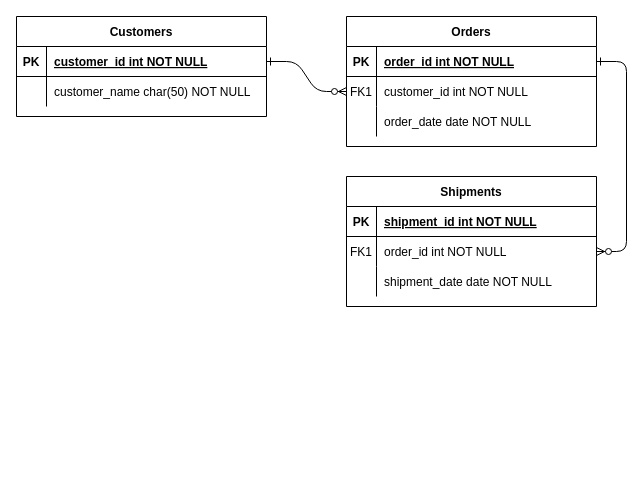
This is 权限.drawio from wangjunling/draw, a draw.io file, before an edit. Source tidied: cells renumbered, new cells numbered last; positions are measured from the earlier drawing's top-left corner, leaving out a move shared by most shapes. Both pictures are drawn from the tidied source at 100%, with x=0, y=0 at pixel (16, 16).
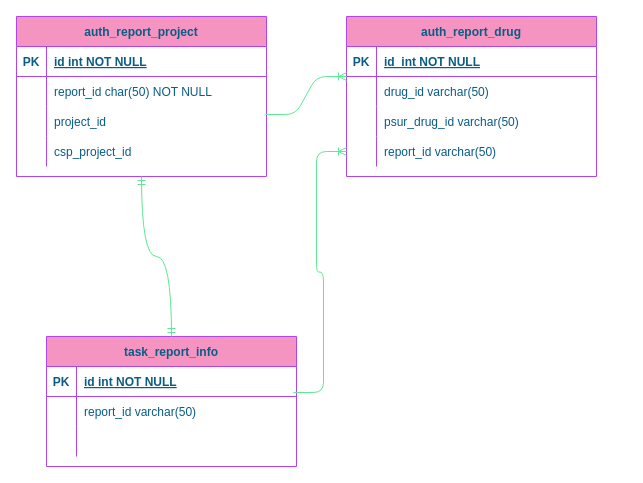
After the change.

The edit, as a diff of the source:
```diff
@@
-    <mxCell id="2" style="edgeStyle=entityRelationEdgeStyle;endArrow=ERzeroToMany;startArrow=ERone;endFill=1;startFill=0;" parent="1" edge="1" source="25" target="8">
-      <mxGeometry relative="1" as="geometry" />
-    </mxCell>
-    <mxCell id="3" style="edgeStyle=entityRelationEdgeStyle;endArrow=ERzeroToMany;startArrow=ERone;endFill=1;startFill=0;" parent="1" edge="1" source="5" target="18">
-      <mxGeometry relative="1" as="geometry" />
-    </mxCell>
-    <mxCell id="4" value="Orders" style="shape=table;startSize=30;childLayout=tableLayout;rowLines=0;fontStyle=1;align=center;" parent="1" vertex="1">
-      <mxGeometry x="330" width="250" height="130" as="geometry" />
+    <mxCell id="4" value="auth_report_drug" style="shape=table;startSize=30;childLayout=tableLayout;rowLines=0;fontStyle=1;align=center;fillColor=#F694C1;strokeColor=#AF45ED;fontColor=#095C86;" parent="1" vertex="1">
+      <mxGeometry x="330" width="250" height="160" as="geometry" />
     </mxCell>
-    <mxCell id="5" style="shape=partialRectangle;fillColor=none;points=[[0,0.5],[1,0.5]];portConstraint=eastwest;top=0;left=0;right=0;bottom=1;" parent="4" vertex="1">
+    <mxCell id="5" style="shape=partialRectangle;fillColor=none;points=[[0,0.5],[1,0.5]];portConstraint=eastwest;top=0;left=0;right=0;bottom=1;strokeColor=#AF45ED;fontColor=#095C86;" parent="4" vertex="1">
       <mxGeometry y="30" width="250" height="30" as="geometry" />
     </mxCell>
-    <mxCell id="6" value="PK" style="shape=partialRectangle;overflow=hidden;fillColor=none;top=0;left=0;bottom=0;right=0;fontStyle=1;" parent="5" vertex="1">
+    <mxCell id="6" value="PK" style="shape=partialRectangle;overflow=hidden;fillColor=none;top=0;left=0;bottom=0;right=0;fontStyle=1;strokeColor=#AF45ED;fontColor=#095C86;" parent="5" vertex="1">
       <mxGeometry width="30" height="30" as="geometry" />
     </mxCell>
-    <mxCell id="7" value="order_id int NOT NULL " style="shape=partialRectangle;overflow=hidden;fillColor=none;top=0;left=0;bottom=0;right=0;align=left;spacingLeft=6;fontStyle=5;" parent="5" vertex="1">
+    <mxCell id="7" value="id  int NOT NULL " style="shape=partialRectangle;overflow=hidden;fillColor=none;top=0;left=0;bottom=0;right=0;align=left;spacingLeft=6;fontStyle=5;strokeColor=#AF45ED;fontColor=#095C86;" parent="5" vertex="1">
       <mxGeometry x="30" width="220" height="30" as="geometry" />
     </mxCell>
-    <mxCell id="8" style="shape=partialRectangle;fillColor=none;points=[[0,0.5],[1,0.5]];portConstraint=eastwest;top=0;left=0;right=0;bottom=0;" parent="4" vertex="1">
+    <mxCell id="8" style="shape=partialRectangle;fillColor=none;points=[[0,0.5],[1,0.5]];portConstraint=eastwest;top=0;left=0;right=0;bottom=0;strokeColor=#AF45ED;fontColor=#095C86;" parent="4" vertex="1">
       <mxGeometry y="60" width="250" height="30" as="geometry" />
     </mxCell>
-    <mxCell id="9" value="FK1" style="shape=partialRectangle;overflow=hidden;fillColor=none;top=0;left=0;bottom=0;right=0;" parent="8" vertex="1">
+    <mxCell id="9" style="shape=partialRectangle;overflow=hidden;fillColor=none;top=0;left=0;bottom=0;right=0;strokeColor=#AF45ED;fontColor=#095C86;" parent="8" vertex="1">
       <mxGeometry width="30" height="30" as="geometry" />
     </mxCell>
-    <mxCell id="10" value="customer_id int NOT NULL" style="shape=partialRectangle;overflow=hidden;fillColor=none;top=0;left=0;bottom=0;right=0;align=left;spacingLeft=6;" parent="8" vertex="1">
+    <mxCell id="10" value="drug_id varchar(50)" style="shape=partialRectangle;overflow=hidden;fillColor=none;top=0;left=0;bottom=0;right=0;align=left;spacingLeft=6;strokeColor=#AF45ED;fontColor=#095C86;" parent="8" vertex="1">
       <mxGeometry x="30" width="220" height="30" as="geometry" />
     </mxCell>
-    <mxCell id="11" style="shape=partialRectangle;fillColor=none;top=0;left=0;right=0;bottom=0;" parent="4" vertex="1">
+    <mxCell id="11" style="shape=partialRectangle;fillColor=none;top=0;left=0;right=0;bottom=0;strokeColor=#AF45ED;fontColor=#095C86;" parent="4" vertex="1">
       <mxGeometry y="90" width="250" height="30" as="geometry" />
     </mxCell>
-    <mxCell id="12" style="shape=partialRectangle;overflow=hidden;fillColor=none;top=0;left=0;bottom=0;right=0;" parent="11" vertex="1">
+    <mxCell id="12" style="shape=partialRectangle;overflow=hidden;fillColor=none;top=0;left=0;bottom=0;right=0;strokeColor=#AF45ED;fontColor=#095C86;" parent="11" vertex="1">
       <mxGeometry width="30" height="30" as="geometry" />
     </mxCell>
-    <mxCell id="13" value="order_date date NOT NULL" style="shape=partialRectangle;overflow=hidden;fillColor=none;top=0;left=0;bottom=0;right=0;align=left;spacingLeft=6;" parent="11" vertex="1">
+    <mxCell id="13" value="psur_drug_id varchar(50) " style="shape=partialRectangle;overflow=hidden;fillColor=none;top=0;left=0;bottom=0;right=0;align=left;spacingLeft=6;strokeColor=#AF45ED;fontColor=#095C86;" parent="11" vertex="1">
       <mxGeometry x="30" width="220" height="30" as="geometry" />
     </mxCell>
+    <mxCell id="31" style="shape=tableRow;horizontal=0;startSize=0;swimlaneHead=0;swimlaneBody=0;fillColor=none;points=[[0,0.5],[1,0.5]];portConstraint=eastwest;top=0;left=0;right=0;bottom=0;rounded=0;sketch=0;fontColor=#095C86;strokeColor=#AF45ED;" parent="4" vertex="1">
+      <mxGeometry y="120" width="250" height="30" as="geometry" />
+    </mxCell>
+    <mxCell id="32" style="shape=partialRectangle;fillColor=none;top=0;left=0;bottom=0;right=0;overflow=hidden;rounded=0;sketch=0;fontColor=#095C86;strokeColor=#AF45ED;" parent="31" vertex="1">
+      <mxGeometry width="30" height="30" as="geometry" />
+    </mxCell>
+    <mxCell id="33" value="report_id varchar(50)" style="shape=partialRectangle;fillColor=none;top=0;left=0;bottom=0;right=0;align=left;spacingLeft=6;overflow=hidden;rounded=0;sketch=0;fontColor=#095C86;strokeColor=#AF45ED;" parent="31" vertex="1">
+      <mxGeometry x="30" width="220" height="30" as="geometry" />
+    </mxCell>
-    <mxCell id="14" value="Shipments" style="shape=table;startSize=30;childLayout=tableLayout;rowLines=0;fontStyle=1;align=center;" parent="1" vertex="1">
-      <mxGeometry x="330" y="160" width="250" height="130" as="geometry" />
+    <mxCell id="14" value="task_report_info" style="shape=table;startSize=30;childLayout=tableLayout;rowLines=0;fontStyle=1;align=center;fillColor=#F694C1;strokeColor=#AF45ED;fontColor=#095C86;" parent="1" vertex="1">
+      <mxGeometry x="30" y="320" width="250" height="130" as="geometry" />
     </mxCell>
-    <mxCell id="15" style="shape=partialRectangle;fillColor=none;top=0;left=0;right=0;bottom=1;" parent="14" vertex="1">
+    <mxCell id="15" style="shape=partialRectangle;fillColor=none;top=0;left=0;right=0;bottom=1;strokeColor=#AF45ED;fontColor=#095C86;" parent="14" vertex="1">
       <mxGeometry y="30" width="250" height="30" as="geometry" />
     </mxCell>
-    <mxCell id="16" value="PK" style="shape=partialRectangle;overflow=hidden;fillColor=none;top=0;left=0;bottom=0;right=0;fontStyle=1;" parent="15" vertex="1">
+    <mxCell id="16" value="PK" style="shape=partialRectangle;overflow=hidden;fillColor=none;top=0;left=0;bottom=0;right=0;fontStyle=1;strokeColor=#AF45ED;fontColor=#095C86;" parent="15" vertex="1">
       <mxGeometry width="30" height="30" as="geometry" />
     </mxCell>
-    <mxCell id="17" value="shipment_id int NOT NULL " style="shape=partialRectangle;overflow=hidden;fillColor=none;top=0;left=0;bottom=0;right=0;align=left;spacingLeft=6;fontStyle=5;" parent="15" vertex="1">
+    <mxCell id="17" value="id int NOT NULL " style="shape=partialRectangle;overflow=hidden;fillColor=none;top=0;left=0;bottom=0;right=0;align=left;spacingLeft=6;fontStyle=5;strokeColor=#AF45ED;fontColor=#095C86;" parent="15" vertex="1">
       <mxGeometry x="30" width="220" height="30" as="geometry" />
     </mxCell>
-    <mxCell id="18" style="shape=partialRectangle;fillColor=none;points=[[0,0.5],[1,0.5]];portConstraint=eastwest;top=0;left=0;right=0;bottom=0;" parent="14" vertex="1">
+    <mxCell id="18" style="shape=partialRectangle;fillColor=none;points=[[0,0.5],[1,0.5]];portConstraint=eastwest;top=0;left=0;right=0;bottom=0;strokeColor=#AF45ED;fontColor=#095C86;" parent="14" vertex="1">
       <mxGeometry y="60" width="250" height="30" as="geometry" />
     </mxCell>
-    <mxCell id="19" value="FK1" style="shape=partialRectangle;overflow=hidden;fillColor=none;top=0;left=0;bottom=0;right=0;" parent="18" vertex="1">
+    <mxCell id="19" style="shape=partialRectangle;overflow=hidden;fillColor=none;top=0;left=0;bottom=0;right=0;strokeColor=#AF45ED;fontColor=#095C86;" parent="18" vertex="1">
       <mxGeometry width="30" height="30" as="geometry" />
     </mxCell>
-    <mxCell id="20" value="order_id int NOT NULL" style="shape=partialRectangle;overflow=hidden;fillColor=none;top=0;left=0;bottom=0;right=0;align=left;spacingLeft=6;" parent="18" vertex="1">
+    <mxCell id="20" value="report_id varchar(50)" style="shape=partialRectangle;overflow=hidden;fillColor=none;top=0;left=0;bottom=0;right=0;align=left;spacingLeft=6;strokeColor=#AF45ED;fontColor=#095C86;" parent="18" vertex="1">
       <mxGeometry x="30" width="220" height="30" as="geometry" />
     </mxCell>
-    <mxCell id="21" style="shape=partialRectangle;fillColor=none;top=0;left=0;right=0;bottom=0;" parent="14" vertex="1">
+    <mxCell id="21" style="shape=partialRectangle;fillColor=none;top=0;left=0;right=0;bottom=0;strokeColor=#AF45ED;fontColor=#095C86;" parent="14" vertex="1">
       <mxGeometry y="90" width="250" height="30" as="geometry" />
     </mxCell>
-    <mxCell id="22" style="shape=partialRectangle;overflow=hidden;fillColor=none;top=0;left=0;bottom=0;right=0;" parent="21" vertex="1">
+    <mxCell id="22" style="shape=partialRectangle;overflow=hidden;fillColor=none;top=0;left=0;bottom=0;right=0;strokeColor=#AF45ED;fontColor=#095C86;" parent="21" vertex="1">
       <mxGeometry width="30" height="30" as="geometry" />
     </mxCell>
-    <mxCell id="23" value="shipment_date date NOT NULL" style="shape=partialRectangle;overflow=hidden;fillColor=none;top=0;left=0;bottom=0;right=0;align=left;spacingLeft=6;" parent="21" vertex="1">
+    <mxCell id="23" style="shape=partialRectangle;overflow=hidden;fillColor=none;top=0;left=0;bottom=0;right=0;align=left;spacingLeft=6;strokeColor=#AF45ED;fontColor=#095C86;" parent="21" vertex="1">
       <mxGeometry x="30" width="220" height="30" as="geometry" />
     </mxCell>
-    <mxCell id="24" value="Customers" style="shape=table;startSize=30;childLayout=tableLayout;rowLines=0;fontStyle=1;align=center;" parent="1" vertex="1">
-      <mxGeometry width="250" height="100" as="geometry" />
+    <mxCell id="24" value="auth_report_project" style="shape=table;startSize=30;childLayout=tableLayout;rowLines=0;fontStyle=1;align=center;fillColor=#F694C1;strokeColor=#AF45ED;fontColor=#095C86;" parent="1" vertex="1">
+      <mxGeometry width="250" height="160" as="geometry" />
     </mxCell>
-    <mxCell id="25" style="shape=partialRectangle;fillColor=none;points=[[0,0.5],[1,0.5]];portConstraint=eastwest;top=0;left=0;right=0;bottom=1;" parent="24" vertex="1">
+    <mxCell id="25" style="shape=partialRectangle;fillColor=none;points=[[0,0.5],[1,0.5]];portConstraint=eastwest;top=0;left=0;right=0;bottom=1;strokeColor=#AF45ED;fontColor=#095C86;" parent="24" vertex="1">
       <mxGeometry y="30" width="250" height="30" as="geometry" />
     </mxCell>
-    <mxCell id="26" value="PK" style="shape=partialRectangle;overflow=hidden;fillColor=none;top=0;left=0;bottom=0;right=0;fontStyle=1;" parent="25" vertex="1">
+    <mxCell id="26" value="PK" style="shape=partialRectangle;overflow=hidden;fillColor=none;top=0;left=0;bottom=0;right=0;fontStyle=1;strokeColor=#AF45ED;fontColor=#095C86;" parent="25" vertex="1">
       <mxGeometry width="30" height="30" as="geometry" />
     </mxCell>
-    <mxCell id="27" value="customer_id int NOT NULL " style="shape=partialRectangle;overflow=hidden;fillColor=none;top=0;left=0;bottom=0;right=0;align=left;spacingLeft=6;fontStyle=5;" parent="25" vertex="1">
+    <mxCell id="27" value="id int NOT NULL " style="shape=partialRectangle;overflow=hidden;fillColor=none;top=0;left=0;bottom=0;right=0;align=left;spacingLeft=6;fontStyle=5;strokeColor=#AF45ED;fontColor=#095C86;" parent="25" vertex="1">
       <mxGeometry x="30" width="220" height="30" as="geometry" />
     </mxCell>
-    <mxCell id="28" style="shape=partialRectangle;fillColor=none;top=0;left=0;right=0;bottom=0;" parent="24" vertex="1">
+    <mxCell id="28" style="shape=partialRectangle;fillColor=none;top=0;left=0;right=0;bottom=0;strokeColor=#AF45ED;fontColor=#095C86;" parent="24" vertex="1">
       <mxGeometry y="60" width="250" height="30" as="geometry" />
     </mxCell>
-    <mxCell id="29" style="shape=partialRectangle;overflow=hidden;fillColor=none;top=0;left=0;bottom=0;right=0;" parent="28" vertex="1">
+    <mxCell id="29" style="shape=partialRectangle;overflow=hidden;fillColor=none;top=0;left=0;bottom=0;right=0;strokeColor=#AF45ED;fontColor=#095C86;" parent="28" vertex="1">
       <mxGeometry width="30" height="30" as="geometry" />
     </mxCell>
-    <mxCell id="30" value="customer_name char(50) NOT NULL" style="shape=partialRectangle;overflow=hidden;fillColor=none;top=0;left=0;bottom=0;right=0;align=left;spacingLeft=6;" parent="28" vertex="1">
+    <mxCell id="30" value="report_id char(50) NOT NULL" style="shape=partialRectangle;overflow=hidden;fillColor=none;top=0;left=0;bottom=0;right=0;align=left;spacingLeft=6;strokeColor=#AF45ED;fontColor=#095C86;" parent="28" vertex="1">
       <mxGeometry x="30" width="220" height="30" as="geometry" />
     </mxCell>
+    <mxCell id="34" style="shape=tableRow;horizontal=0;startSize=0;swimlaneHead=0;swimlaneBody=0;fillColor=none;points=[[0,0.5],[1,0.5]];portConstraint=eastwest;top=0;left=0;right=0;bottom=0;rounded=0;sketch=0;fontColor=#095C86;strokeColor=#AF45ED;" parent="24" vertex="1">
+      <mxGeometry y="90" width="250" height="30" as="geometry" />
+    </mxCell>
+    <mxCell id="35" style="shape=partialRectangle;fillColor=none;top=0;left=0;bottom=0;right=0;overflow=hidden;rounded=0;sketch=0;fontColor=#095C86;strokeColor=#AF45ED;" parent="34" vertex="1">
+      <mxGeometry width="30" height="30" as="geometry" />
+    </mxCell>
+    <mxCell id="36" value="project_id" style="shape=partialRectangle;fillColor=none;top=0;left=0;bottom=0;right=0;align=left;spacingLeft=6;overflow=hidden;rounded=0;sketch=0;fontColor=#095C86;strokeColor=#AF45ED;" parent="34" vertex="1">
+      <mxGeometry x="30" width="220" height="30" as="geometry" />
+    </mxCell>
+    <mxCell id="37" style="shape=tableRow;horizontal=0;startSize=0;swimlaneHead=0;swimlaneBody=0;fillColor=none;top=0;left=0;right=0;bottom=0;rounded=0;sketch=0;fontColor=#095C86;strokeColor=#AF45ED;" parent="24" vertex="1">
+      <mxGeometry y="120" width="250" height="30" as="geometry" />
+    </mxCell>
+    <mxCell id="38" style="shape=partialRectangle;fillColor=none;top=0;left=0;bottom=0;right=0;overflow=hidden;rounded=0;sketch=0;fontColor=#095C86;strokeColor=#AF45ED;" parent="37" vertex="1">
+      <mxGeometry width="30" height="30" as="geometry" />
+    </mxCell>
+    <mxCell id="39" value="csp_project_id" style="shape=partialRectangle;fillColor=none;top=0;left=0;bottom=0;right=0;align=left;spacingLeft=6;overflow=hidden;rounded=0;sketch=0;fontColor=#095C86;strokeColor=#AF45ED;" parent="37" vertex="1">
+      <mxGeometry x="30" width="220" height="30" as="geometry" />
+    </mxCell>
+    <mxCell id="40" style="edgeStyle=entityRelationEdgeStyle;fontSize=12;html=1;endArrow=ERoneToMany;rounded=1;sketch=0;fontColor=#095C86;strokeColor=#60E696;fillColor=#F694C1;curved=0;exitX=0.996;exitY=0.267;exitDx=0;exitDy=0;exitPerimeter=0;" parent="1" edge="1" source="34">
+      <mxGeometry relative="1" as="geometry">
+        <mxPoint x="330" y="60" as="targetPoint" />
+      </mxGeometry>
+    </mxCell>
+    <mxCell id="41" style="edgeStyle=entityRelationEdgeStyle;fontSize=12;html=1;endArrow=ERoneToMany;rounded=1;sketch=0;fontColor=#095C86;strokeColor=#60E696;fillColor=#F694C1;curved=0;exitX=0.988;exitY=-0.133;exitDx=0;exitDy=0;exitPerimeter=0;" parent="1" edge="1" source="18" target="31">
+      <mxGeometry relative="1" as="geometry" />
+    </mxCell>
+    <mxCell id="42" style="edgeStyle=orthogonalEdgeStyle;fontSize=12;html=1;endArrow=ERmandOne;startArrow=ERmandOne;rounded=1;sketch=0;fontColor=#095C86;strokeColor=#60E696;fillColor=#F694C1;curved=1;entryX=0.5;entryY=1;entryDx=0;entryDy=0;exitX=0.5;exitY=0;exitDx=0;exitDy=0;" parent="1" edge="1" source="14" target="24">
+      <mxGeometry relative="1" as="geometry" />
+    </mxCell>
```
